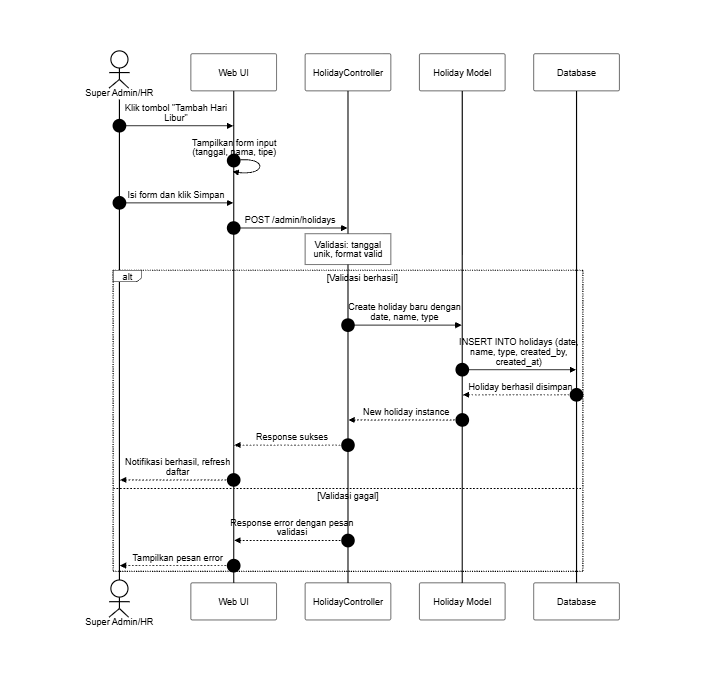
The Mermaid diagram docs/SequenceDiagram/PNG_Transparent/KelolaHariLibur-Create.png in SulaimanHafi23/SimpegRSHDI, before a commit. Its source is kept beside it as docs/SequenceDiagram/KelolaHariLibur-Create.mermaid.
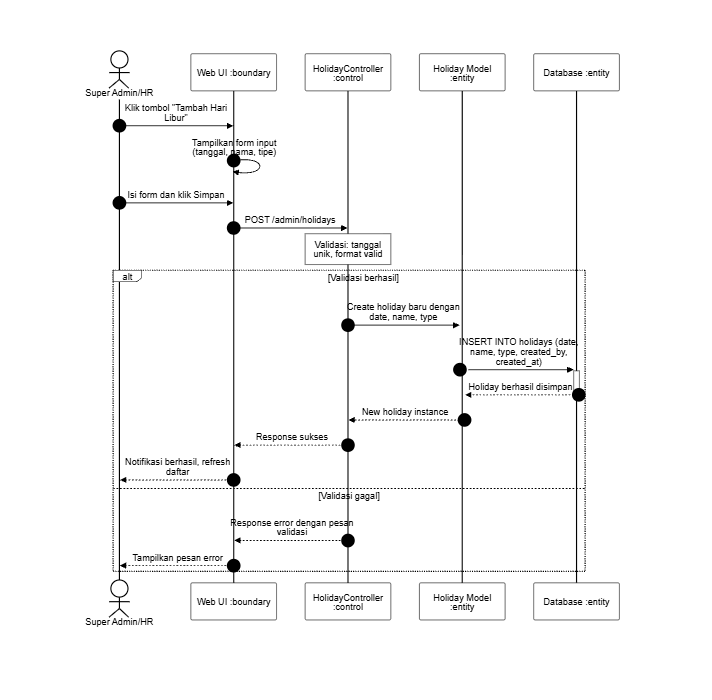
Above is the later version.

Diff of the diagram source:
```diff
@@ -6,10 +6,10 @@
 sequenceDiagram
     autonumber
     actor SA as Super Admin/HR
-    participant UI as Web UI
-    participant C as HolidayController
-    participant H as Holiday Model
-    participant DB as Database
+    participant UI as Web UI :boundary
+    participant C as HolidayController :control
+    participant H as Holiday Model :entity
+    participant DB as Database :entity
 
     SA->>UI: Klik tombol "Tambah Hari Libur"
     UI->>UI: Tampilkan form input (tanggal, nama, tipe)
@@ -17,9 +17,9 @@
     UI->>C: POST /admin/holidays
     note over C: Validasi: tanggal unik, format valid
     alt Validasi berhasil
-        C->>H: Create holiday baru dengan date, name, type
-        H->>DB: INSERT INTO holidays (date, name, type, created_by, created_at)
-        DB-->>H: Holiday berhasil disimpan
+        C->>+H: Create holiday baru dengan date, name, type
+        H->>+DB: INSERT INTO holidays (date, name, type, created_by, created_at)
+        DB-->>-H: Holiday berhasil disimpan
         H-->>C: New holiday instance
         C-->>UI: Response sukses
         UI-->>SA: Notifikasi berhasil, refresh daftar
```
